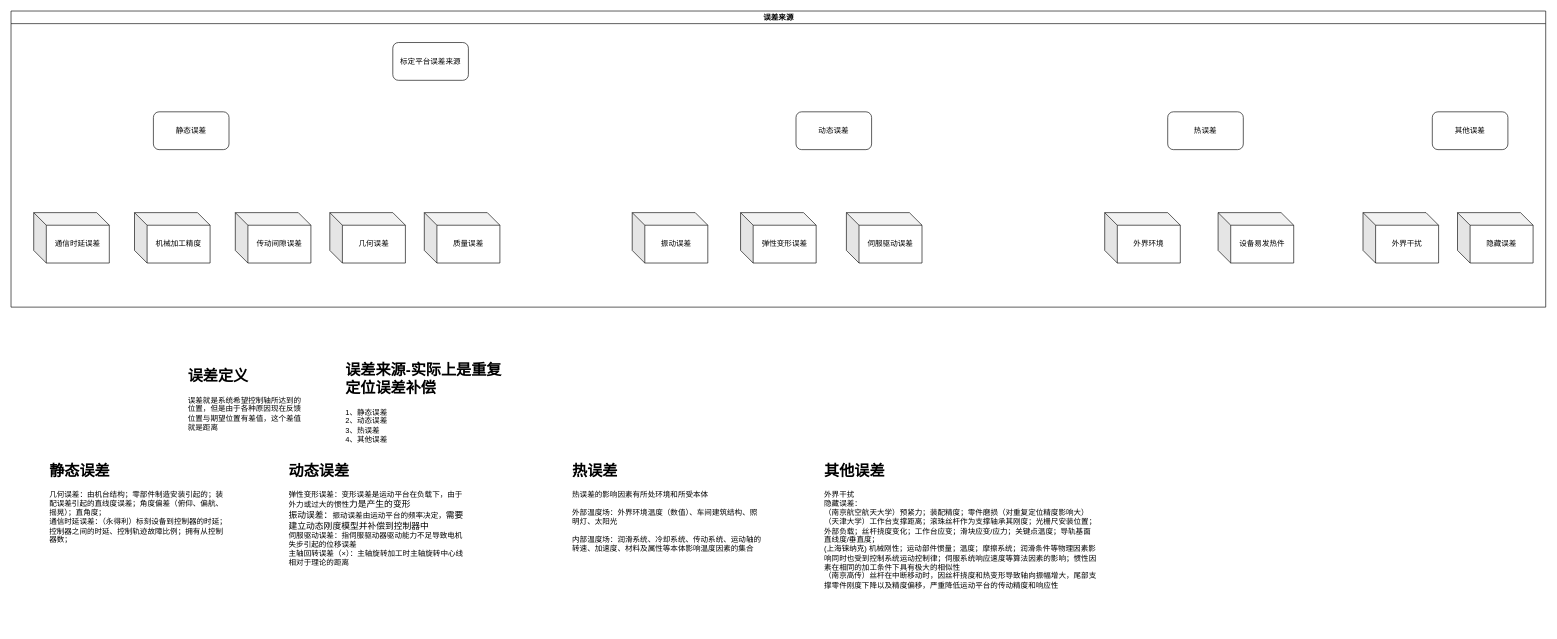
wjaswdd/draw.io keeps this draw.io diagram as 误差来源.drawio. Above is the earlier version. Source tidied: cells renumbered, new cells numbered last; positions are measured from the earlier drawing's top-left corner, leaving out a move shared by most shapes. Both pictures are drawn from the tidied source at 63%, with x=0, y=0 at pixel (11, 11).
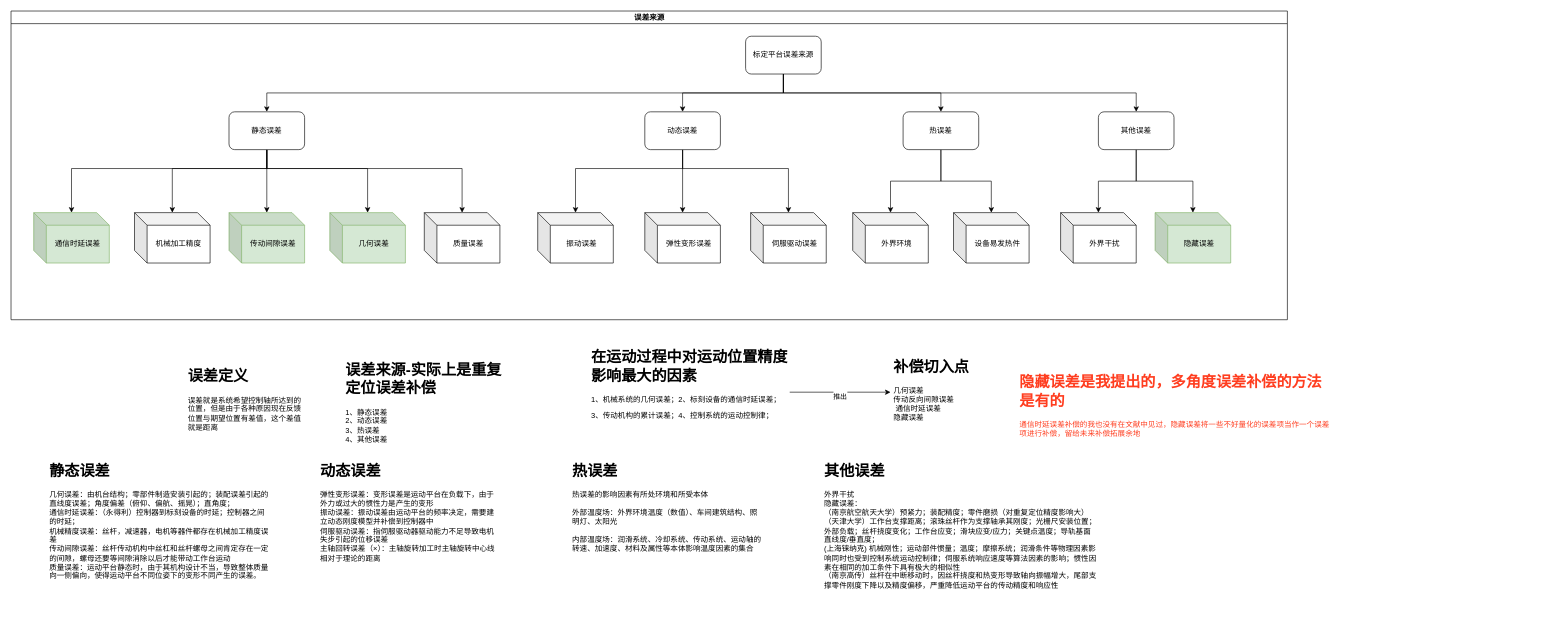
The same diagram, later.

Commit message:
更新误差来源.drawio

The change refers to these unchanged cells:
```xml
<mxCell id="9" value="机械加工精度" style="shape=cube;whiteSpace=wrap;html=1;boundedLbl=1;backgroundOutline=1;darkOpacity=0.05;darkOpacity2=0.1;" parent="2" vertex="1">
  <mxGeometry x="196" y="320" width="120" height="80" as="geometry" />
</mxCell>
<mxCell id="16" value="质量误差" style="shape=cube;whiteSpace=wrap;html=1;boundedLbl=1;backgroundOutline=1;darkOpacity=0.05;darkOpacity2=0.1;" parent="2" vertex="1">
  <mxGeometry x="656" y="320" width="120" height="80" as="geometry" />
</mxCell>
```

Change to the diagram source:
```diff
@@
     <mxCell id="2" value="误差来源" style="swimlane;html=1;startSize=20;horizontal=1;containerType=tree;glass=0;" parent="1" vertex="1">
-      <mxGeometry width="2436" height="470" as="geometry" />
+      <mxGeometry width="2026" height="490" as="geometry" />
     </mxCell>
+    <mxCell id="26" style="edgeStyle=orthogonalEdgeStyle;rounded=0;jettySize=auto;html=1;" parent="2" edge="1" source="3" target="4">
+      <mxGeometry relative="1" as="geometry">
+        <Array as="points">
+          <mxPoint x="1226" y="130" />
+          <mxPoint x="406" y="130" />
+        </Array>
+      </mxGeometry>
+    </mxCell>
+    <mxCell id="27" style="edgeStyle=orthogonalEdgeStyle;rounded=0;jettySize=auto;html=1;" parent="2" edge="1" source="3" target="5">
+      <mxGeometry relative="1" as="geometry">
+        <Array as="points">
+          <mxPoint x="1226" y="130" />
+          <mxPoint x="1066" y="130" />
+        </Array>
+      </mxGeometry>
+    </mxCell>
+    <mxCell id="28" style="edgeStyle=orthogonalEdgeStyle;rounded=0;jettySize=auto;html=1;" parent="2" edge="1" source="3" target="6">
+      <mxGeometry relative="1" as="geometry">
+        <Array as="points">
+          <mxPoint x="1226" y="130" />
+          <mxPoint x="1476" y="130" />
+        </Array>
+      </mxGeometry>
+    </mxCell>
+    <mxCell id="29" style="edgeStyle=orthogonalEdgeStyle;rounded=0;jettySize=auto;html=1;" parent="2" edge="1" source="3" target="7">
+      <mxGeometry relative="1" as="geometry">
+        <Array as="points">
+          <mxPoint x="1226" y="130" />
+          <mxPoint x="1786" y="130" />
+        </Array>
+      </mxGeometry>
+    </mxCell>
     <mxCell id="3" value="标定平台误差来源" style="rounded=1;whiteSpace=wrap;html=1;" parent="2" vertex="1">
-      <mxGeometry x="606" y="50" width="120" height="60" as="geometry" />
+      <mxGeometry x="1166" y="40" width="120" height="60" as="geometry" />
     </mxCell>
+    <mxCell id="30" style="edgeStyle=orthogonalEdgeStyle;rounded=0;jettySize=auto;html=1;" parent="2" edge="1" source="4" target="8">
+      <mxGeometry relative="1" as="geometry">
+        <Array as="points">
+          <mxPoint x="406" y="250" />
+          <mxPoint x="96" y="250" />
+        </Array>
+      </mxGeometry>
+    </mxCell>
+    <mxCell id="31" style="edgeStyle=orthogonalEdgeStyle;rounded=0;jettySize=auto;html=1;" parent="2" edge="1" source="4" target="9">
+      <mxGeometry relative="1" as="geometry">
+        <Array as="points">
+          <mxPoint x="406" y="250" />
+          <mxPoint x="256" y="250" />
+        </Array>
+      </mxGeometry>
+    </mxCell>
+    <mxCell id="32" style="edgeStyle=orthogonalEdgeStyle;rounded=0;jettySize=auto;html=1;" parent="2" edge="1" source="4" target="12">
+      <mxGeometry relative="1" as="geometry" />
+    </mxCell>
+    <mxCell id="33" style="edgeStyle=orthogonalEdgeStyle;rounded=0;jettySize=auto;html=1;" parent="2" edge="1" source="4" target="13">
+      <mxGeometry relative="1" as="geometry">
+        <Array as="points">
+          <mxPoint x="406" y="250" />
+          <mxPoint x="566" y="250" />
+        </Array>
+      </mxGeometry>
+    </mxCell>
+    <mxCell id="34" style="edgeStyle=orthogonalEdgeStyle;rounded=0;jettySize=auto;html=1;" parent="2" edge="1" source="4" target="16">
+      <mxGeometry relative="1" as="geometry">
+        <Array as="points">
+          <mxPoint x="406" y="250" />
+          <mxPoint x="716" y="250" />
+        </Array>
+      </mxGeometry>
+    </mxCell>
     <mxCell id="4" value="&lt;span style=&quot;color: rgb(0, 0, 0); font-family: Helvetica; font-size: 12px; font-style: normal; font-variant-ligatures: normal; font-variant-caps: normal; font-weight: 400; letter-spacing: normal; orphans: 2; text-align: center; text-indent: 0px; text-transform: none; widows: 2; word-spacing: 0px; -webkit-text-stroke-width: 0px; background-color: rgb(251, 251, 251); text-decoration-thickness: initial; text-decoration-style: initial; text-decoration-color: initial; float: none; display: inline !important;&quot;&gt;静态误差&lt;/span&gt;" style="rounded=1;whiteSpace=wrap;html=1;" parent="2" vertex="1">
-      <mxGeometry x="226" y="160" width="120" height="60" as="geometry" />
+      <mxGeometry x="346" y="160" width="120" height="60" as="geometry" />
     </mxCell>
+    <mxCell id="35" style="edgeStyle=orthogonalEdgeStyle;rounded=0;jettySize=auto;html=1;" parent="2" edge="1" source="5" target="17">
+      <mxGeometry relative="1" as="geometry">
+        <Array as="points">
+          <mxPoint x="1066" y="250" />
+          <mxPoint x="896" y="250" />
+        </Array>
+      </mxGeometry>
+    </mxCell>
+    <mxCell id="36" style="edgeStyle=orthogonalEdgeStyle;rounded=0;jettySize=auto;html=1;" parent="2" edge="1" source="5" target="18">
+      <mxGeometry relative="1" as="geometry" />
+    </mxCell>
+    <mxCell id="37" style="edgeStyle=orthogonalEdgeStyle;rounded=0;jettySize=auto;html=1;" parent="2" edge="1" source="5" target="19">
+      <mxGeometry relative="1" as="geometry">
+        <Array as="points">
+          <mxPoint x="1066" y="250" />
+          <mxPoint x="1234" y="250" />
+        </Array>
+      </mxGeometry>
+    </mxCell>
     <mxCell id="5" value="动态误差" style="rounded=1;whiteSpace=wrap;html=1;" parent="2" vertex="1">
-      <mxGeometry x="1246" y="160" width="120" height="60" as="geometry" />
+      <mxGeometry x="1006" y="160" width="120" height="60" as="geometry" />
     </mxCell>
+    <mxCell id="38" style="edgeStyle=orthogonalEdgeStyle;rounded=0;jettySize=auto;html=1;" parent="2" edge="1" source="6" target="10">
+      <mxGeometry relative="1" as="geometry" />
+    </mxCell>
+    <mxCell id="39" style="edgeStyle=orthogonalEdgeStyle;rounded=0;jettySize=auto;html=1;" parent="2" edge="1" source="6" target="11">
+      <mxGeometry relative="1" as="geometry" />
+    </mxCell>
     <mxCell id="6" value="热误差" style="rounded=1;whiteSpace=wrap;html=1;" parent="2" vertex="1">
-      <mxGeometry x="1836" y="160" width="120" height="60" as="geometry" />
+      <mxGeometry x="1416" y="160" width="120" height="60" as="geometry" />
     </mxCell>
+    <mxCell id="40" style="edgeStyle=orthogonalEdgeStyle;rounded=0;jettySize=auto;html=1;" parent="2" edge="1" source="7" target="14">
+      <mxGeometry relative="1" as="geometry" />
+    </mxCell>
+    <mxCell id="41" style="edgeStyle=orthogonalEdgeStyle;rounded=0;jettySize=auto;html=1;" parent="2" edge="1" source="7" target="15">
+      <mxGeometry relative="1" as="geometry" />
+    </mxCell>
     <mxCell id="7" value="其他误差" style="rounded=1;whiteSpace=wrap;html=1;" parent="2" vertex="1">
-      <mxGeometry x="2256" y="160" width="120" height="60" as="geometry" />
+      <mxGeometry x="1726" y="160" width="120" height="60" as="geometry" />
     </mxCell>
-    <mxCell id="8" value="通信时延误差" style="shape=cube;whiteSpace=wrap;html=1;boundedLbl=1;backgroundOutline=1;darkOpacity=0.05;darkOpacity2=0.1;" parent="2" vertex="1">
+    <mxCell id="8" value="通信时延误差" style="shape=cube;whiteSpace=wrap;html=1;boundedLbl=1;backgroundOutline=1;darkOpacity=0.05;darkOpacity2=0.1;fillColor=#d5e8d4;strokeColor=#82b366;" parent="2" vertex="1">
       <mxGeometry x="36" y="320" width="120" height="80" as="geometry" />
     </mxCell>
@@
     <mxCell id="10" value="外界环境" style="shape=cube;whiteSpace=wrap;html=1;boundedLbl=1;backgroundOutline=1;darkOpacity=0.05;darkOpacity2=0.1;" parent="2" vertex="1">
-      <mxGeometry x="1736" y="320" width="120" height="80" as="geometry" />
+      <mxGeometry x="1336" y="320" width="120" height="80" as="geometry" />
     </mxCell>
     <mxCell id="11" value="设备易发热件" style="shape=cube;whiteSpace=wrap;html=1;boundedLbl=1;backgroundOutline=1;darkOpacity=0.05;darkOpacity2=0.1;" parent="2" vertex="1">
-      <mxGeometry x="1916" y="320" width="120" height="80" as="geometry" />
+      <mxGeometry x="1496" y="320" width="120" height="80" as="geometry" />
     </mxCell>
-    <mxCell id="12" value="传动间隙误差" style="shape=cube;whiteSpace=wrap;html=1;boundedLbl=1;backgroundOutline=1;darkOpacity=0.05;darkOpacity2=0.1;" parent="2" vertex="1">
-      <mxGeometry x="356" y="320" width="120" height="80" as="geometry" />
+    <mxCell id="12" value="传动间隙误差" style="shape=cube;whiteSpace=wrap;html=1;boundedLbl=1;backgroundOutline=1;darkOpacity=0.05;darkOpacity2=0.1;fillColor=#d5e8d4;strokeColor=#82b366;" parent="2" vertex="1">
+      <mxGeometry x="346" y="320" width="120" height="80" as="geometry" />
     </mxCell>
-    <mxCell id="13" value="几何误差" style="shape=cube;whiteSpace=wrap;html=1;boundedLbl=1;backgroundOutline=1;darkOpacity=0.05;darkOpacity2=0.1;" parent="2" vertex="1">
+    <mxCell id="13" value="几何误差" style="shape=cube;whiteSpace=wrap;html=1;boundedLbl=1;backgroundOutline=1;darkOpacity=0.05;darkOpacity2=0.1;fillColor=#d5e8d4;strokeColor=#82b366;" parent="2" vertex="1">
       <mxGeometry x="506" y="320" width="120" height="80" as="geometry" />
     </mxCell>
     <mxCell id="14" value="外界干扰" style="shape=cube;whiteSpace=wrap;html=1;boundedLbl=1;backgroundOutline=1;darkOpacity=0.05;darkOpacity2=0.1;" parent="2" vertex="1">
-      <mxGeometry x="2146" y="320" width="120" height="80" as="geometry" />
+      <mxGeometry x="1666" y="320" width="120" height="80" as="geometry" />
     </mxCell>
-    <mxCell id="15" value="隐藏误差" style="shape=cube;whiteSpace=wrap;html=1;boundedLbl=1;backgroundOutline=1;darkOpacity=0.05;darkOpacity2=0.1;" parent="2" vertex="1">
-      <mxGeometry x="2296" y="320" width="120" height="80" as="geometry" />
+    <mxCell id="15" value="隐藏误差" style="shape=cube;whiteSpace=wrap;html=1;boundedLbl=1;backgroundOutline=1;darkOpacity=0.05;darkOpacity2=0.1;fillColor=#d5e8d4;strokeColor=#82b366;" parent="2" vertex="1">
+      <mxGeometry x="1816" y="320" width="120" height="80" as="geometry" />
     </mxCell>
@@
     <mxCell id="17" value="振动误差" style="shape=cube;whiteSpace=wrap;html=1;boundedLbl=1;backgroundOutline=1;darkOpacity=0.05;darkOpacity2=0.1;" parent="2" vertex="1">
-      <mxGeometry x="986" y="320" width="120" height="80" as="geometry" />
+      <mxGeometry x="836" y="320" width="120" height="80" as="geometry" />
     </mxCell>
     <mxCell id="18" value="弹性变形误差" style="shape=cube;whiteSpace=wrap;html=1;boundedLbl=1;backgroundOutline=1;darkOpacity=0.05;darkOpacity2=0.1;" parent="2" vertex="1">
-      <mxGeometry x="1158" y="320" width="120" height="80" as="geometry" />
+      <mxGeometry x="1006" y="320" width="120" height="80" as="geometry" />
     </mxCell>
     <mxCell id="19" value="伺服驱动误差" style="shape=cube;whiteSpace=wrap;html=1;boundedLbl=1;backgroundOutline=1;darkOpacity=0.05;darkOpacity2=0.1;" parent="2" vertex="1">
-      <mxGeometry x="1326" y="320" width="120" height="80" as="geometry" />
+      <mxGeometry x="1174" y="320" width="120" height="80" as="geometry" />
     </mxCell>
@@
-    <mxCell id="22" value="&lt;h1&gt;静态误差&lt;/h1&gt;&lt;div&gt;几何误差：由机台结构；零部件制造安装引起的；装配误差引起的直线度误差；角度偏差（俯仰、偏航、摇晃）；直角度；&lt;/div&gt;&lt;div&gt;通信时延误差：（永得利）标刻设备到控制器的时延；控制器之间的时延、控制轨迹故障比例；拥有从控制器数；&lt;/div&gt;" style="text;html=1;strokeColor=none;fillColor=none;spacing=5;spacingTop=-20;whiteSpace=wrap;overflow=hidden;rounded=0;" parent="1" vertex="1">
-      <mxGeometry x="56" y="710" width="290" height="200" as="geometry" />
+    <mxCell id="22" value="&lt;h1&gt;静态误差&lt;/h1&gt;&lt;div&gt;&lt;font style=&quot;font-size: 12px;&quot;&gt;几何误差：由机台结构；零部件制造安装引起的；装配误差引起的直线度误差；角度偏差（俯仰、偏航、摇晃）；直角度；&lt;/font&gt;&lt;/div&gt;&lt;div&gt;&lt;font style=&quot;font-size: 12px;&quot;&gt;通信时延误差：（永得利）控制器到标刻设备的时延；控制器之间的时延；&lt;/font&gt;&lt;/div&gt;&lt;div&gt;&lt;div&gt;&lt;font style=&quot;font-size: 12px;&quot;&gt;机械精度误差：丝杆，减速器，&lt;span style=&quot;background-color: initial;&quot;&gt;电机等器件都存在机械加工精度误差&lt;/span&gt;&lt;/font&gt;&lt;/div&gt;&lt;/div&gt;&lt;div&gt;&lt;div&gt;&lt;font style=&quot;font-size: 12px;&quot;&gt;传动间隙误差：丝杆传动机构中丝&lt;span style=&quot;background-color: initial;&quot;&gt;杠和丝杆螺母之间肯定存在一定的间隙，&lt;/span&gt;螺母还要等间隙消除以后才能带动工作台运动&lt;/font&gt;&lt;/div&gt;&lt;/div&gt;&lt;div&gt;&lt;div&gt;&lt;font style=&quot;font-size: 12px;&quot;&gt;质量误差：运动平台静态时，由&lt;span style=&quot;background-color: initial;&quot;&gt;于其机构设计不当，导致整体质量向一侧偏向，使得运动平台不同位姿下的变形不同产生的误差。&lt;/span&gt;&lt;/font&gt;&lt;/div&gt;&lt;/div&gt;" style="text;html=1;strokeColor=none;fillColor=none;spacing=5;spacingTop=-20;whiteSpace=wrap;overflow=hidden;rounded=0;" parent="1" vertex="1">
+      <mxGeometry x="56" y="710" width="360" height="270" as="geometry" />
     </mxCell>
@@
-    <mxCell id="24" value="&lt;h1&gt;动态误差&lt;/h1&gt;&lt;div&gt;弹性变形误差：变形误差是运动平台在负载下，由于外力或过大的惯性&lt;span style=&quot;font-family: 宋体; font-size: 10.45pt; background-color: initial;&quot;&gt;力是产生的变形&lt;/span&gt;&lt;/div&gt;&lt;div&gt;&lt;span style=&quot;font-family: 宋体; font-size: 10.45pt; background-color: initial;&quot;&gt;振动误差：&lt;/span&gt;振动误差由运动平台的频率决定，&lt;span style=&quot;font-family: 宋体; font-size: 10.45pt; background-color: initial;&quot;&gt;需要建立动态刚度模型并补偿到控制器中&lt;/span&gt;&lt;/div&gt;&lt;div&gt;&lt;div&gt;伺服驱动误差：指伺服驱动器驱动能力不足导致电机失步引起的位移误差&lt;/div&gt;&lt;/div&gt;&lt;div&gt;主轴回转误差（×）：主轴旋转加工时主轴旋转中心线相对于理论的距离&lt;/div&gt;" style="text;html=1;strokeColor=none;fillColor=none;spacing=5;spacingTop=-20;whiteSpace=wrap;overflow=hidden;rounded=0;" parent="1" vertex="1">
-      <mxGeometry x="436" y="710" width="290" height="190" as="geometry" />
+    <mxCell id="24" value="&lt;h1&gt;动态误差&lt;/h1&gt;&lt;div&gt;&lt;font style=&quot;font-size: 12px;&quot;&gt;弹性变形误差：变形误差是运动平台在负载下，由于外力或过大的惯性&lt;span style=&quot;background-color: initial;&quot;&gt;力是产生的变形&lt;/span&gt;&lt;/font&gt;&lt;/div&gt;&lt;div&gt;&lt;font style=&quot;font-size: 12px;&quot;&gt;&lt;span style=&quot;background-color: initial;&quot;&gt;振动误差：&lt;/span&gt;振动误差由运动平台的频率决定，&lt;span style=&quot;background-color: initial;&quot;&gt;需要建立动态刚度模型并补偿到控制器中&lt;/span&gt;&lt;/font&gt;&lt;/div&gt;&lt;div&gt;&lt;div&gt;&lt;font style=&quot;font-size: 12px;&quot;&gt;伺服驱动误差：指伺服驱动器驱动能力不足导致电机失步引起的位移误差&lt;/font&gt;&lt;/div&gt;&lt;/div&gt;&lt;div&gt;&lt;font style=&quot;font-size: 12px;&quot;&gt;主轴回转误差（×）：主轴旋转加工时主轴旋转中心线相对于理论的距离&lt;/font&gt;&lt;/div&gt;" style="text;html=1;strokeColor=none;fillColor=none;spacing=5;spacingTop=-20;whiteSpace=wrap;overflow=hidden;rounded=0;" parent="1" vertex="1">
+      <mxGeometry x="486" y="710" width="290" height="190" as="geometry" />
     </mxCell>
@@
+    <mxCell id="42" value="&lt;h1&gt;补偿切入点&lt;/h1&gt;&lt;div&gt;几何误差&lt;/div&gt;&lt;div&gt;传动反向间隙误差&lt;/div&gt;&lt;div&gt;&amp;nbsp;通信时延误差&lt;/div&gt;&lt;div&gt;隐藏误差&lt;/div&gt;" style="text;html=1;strokeColor=none;fillColor=none;spacing=5;spacingTop=-20;whiteSpace=wrap;overflow=hidden;rounded=0;" parent="1" vertex="1">
+      <mxGeometry x="1396" y="545" width="190" height="120" as="geometry" />
+    </mxCell>
+    <mxCell id="43" value="&lt;br&gt;推出" style="edgeStyle=orthogonalEdgeStyle;rounded=0;jettySize=auto;html=1;" parent="1" edge="1" source="44" target="42">
+      <mxGeometry relative="1" as="geometry" />
+    </mxCell>
+    <mxCell id="44" value="&lt;h1&gt;在运动过程中对运动位置精度影响最大的因素&lt;/h1&gt;&lt;p&gt;1、机械系统的几何误差；2、标刻设备的通信时延误差；&lt;/p&gt;&lt;p&gt;3、传动机构的累计误差；4、控制系统的运动控制律；&lt;/p&gt;" style="text;html=1;strokeColor=none;fillColor=none;spacing=5;spacingTop=-20;whiteSpace=wrap;overflow=hidden;rounded=0;" parent="1" vertex="1">
+      <mxGeometry x="916" y="530" width="320" height="150" as="geometry" />
+    </mxCell>
+    <mxCell id="45" value="&lt;h1&gt;&lt;font color=&quot;#ff3d1f&quot;&gt;隐藏误差是我提出的，多角度误差补偿的方法是有的&lt;/font&gt;&lt;/h1&gt;&lt;div&gt;&lt;font color=&quot;#ff3d1f&quot;&gt;通信时延误差补偿的我也没有在文献中见过，隐藏误差将一些不好量化的误差项当作一个误差项进行补偿，留给未来补偿拓展余地&lt;/font&gt;&lt;/div&gt;" style="text;html=1;strokeColor=none;fillColor=none;spacing=5;spacingTop=-20;whiteSpace=wrap;overflow=hidden;rounded=0;" parent="1" vertex="1">
+      <mxGeometry x="1596" y="570" width="510" height="130" as="geometry" />
+    </mxCell>
```
